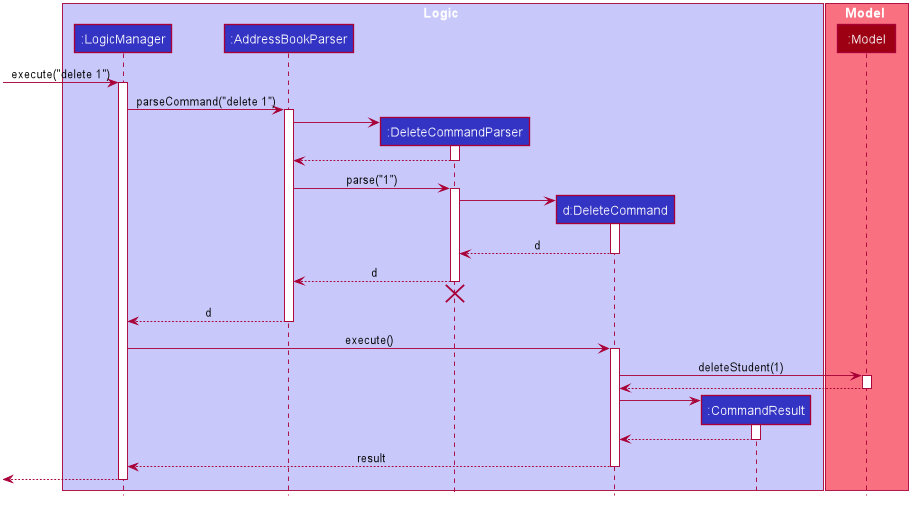
Earlier version of the PlantUML export images/DeleteSequenceDiagram.png (AY1920-CS2103-W15-3/addressbook-level3).
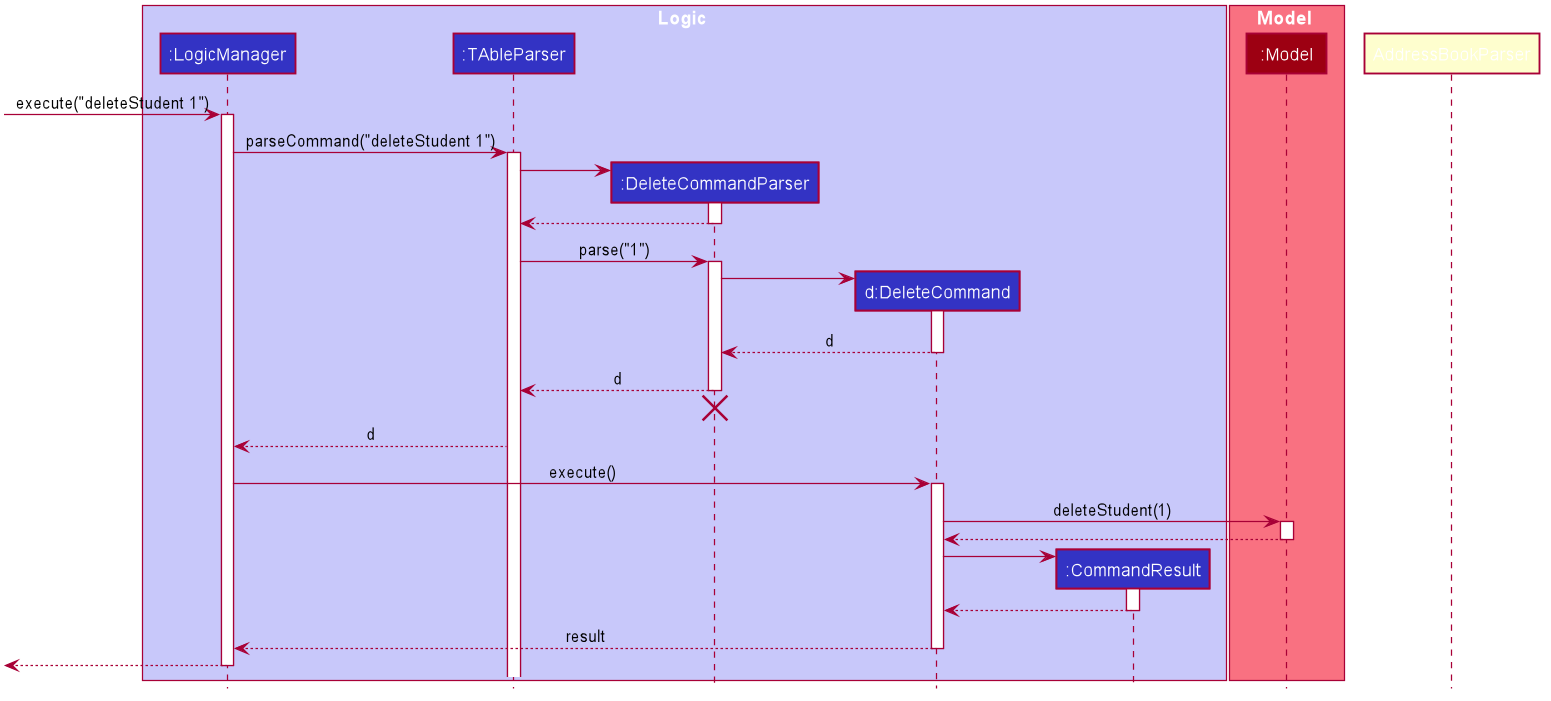
Later version of the same file.

Change to the diagram source:
```diff
@@ -1,4 +1,6 @@
 @startuml
+
+
 
 
 
@@ -51,7 +53,7 @@
 
 box Logic #C8C8FA
 participant ":LogicManager" as LogicManager #3333C4
-participant ":AddressBookParser" as AddressBookParser #3333C4
+participant ":TAbleParser" as TAbleParser #3333C4
 participant ":DeleteCommandParser" as DeleteCommandParser #3333C4
 participant "d:DeleteCommand" as DeleteCommand #3333C4
 participant ":CommandResult" as CommandResult #3333C4
@@ -61,20 +63,20 @@
 participant ":Model" as Model #9D0012
 end box
 
-[-> LogicManager : execute("delete 1")
+[-> LogicManager : execute("deleteStudent 1")
 activate LogicManager
 
-LogicManager -> AddressBookParser : parseCommand("delete 1")
-activate AddressBookParser
+LogicManager -> TAbleParser : parseCommand("deleteStudent 1")
+activate TAbleParser
 
 create DeleteCommandParser
-AddressBookParser -> DeleteCommandParser
+TAbleParser -> DeleteCommandParser
 activate DeleteCommandParser
 
-DeleteCommandParser --> AddressBookParser
+DeleteCommandParser --> TAbleParser
 deactivate DeleteCommandParser
 
-AddressBookParser -> DeleteCommandParser : parse("1")
+TAbleParser -> DeleteCommandParser : parse("1")
 activate DeleteCommandParser
 
 create DeleteCommand
@@ -84,12 +86,12 @@
 DeleteCommand --> DeleteCommandParser : d
 deactivate DeleteCommand
 
-DeleteCommandParser --> AddressBookParser : d
+DeleteCommandParser -->TAbleParser : d
 deactivate DeleteCommandParser
-DeleteCommandParser -[hidden]-> AddressBookParser
+DeleteCommandParser -[hidden]-> TAbleParser
 destroy DeleteCommandParser
 
-AddressBookParser --> LogicManager : d
+TAbleParser --> LogicManager : d
 deactivate AddressBookParser
 
 LogicManager -> DeleteCommand : execute()
```
